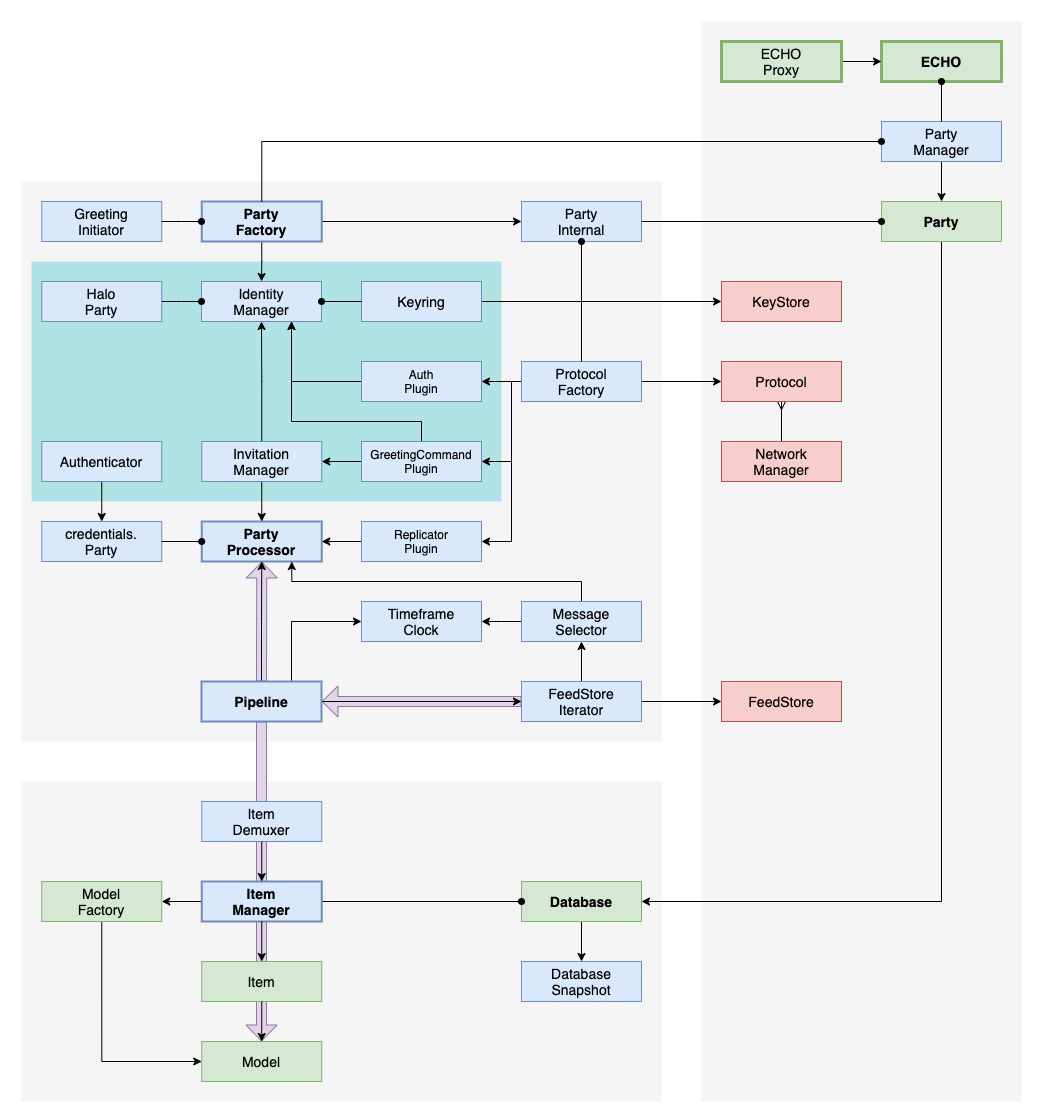
dxos/dxos keeps this draw.io diagram as docs/diagrams/echo-architecture.png. Above is the earlier version. Source tidied: cells renumbered, new cells last; positions are measured from the earlier drawing's top-left corner, leaving out a move shared by most shapes.
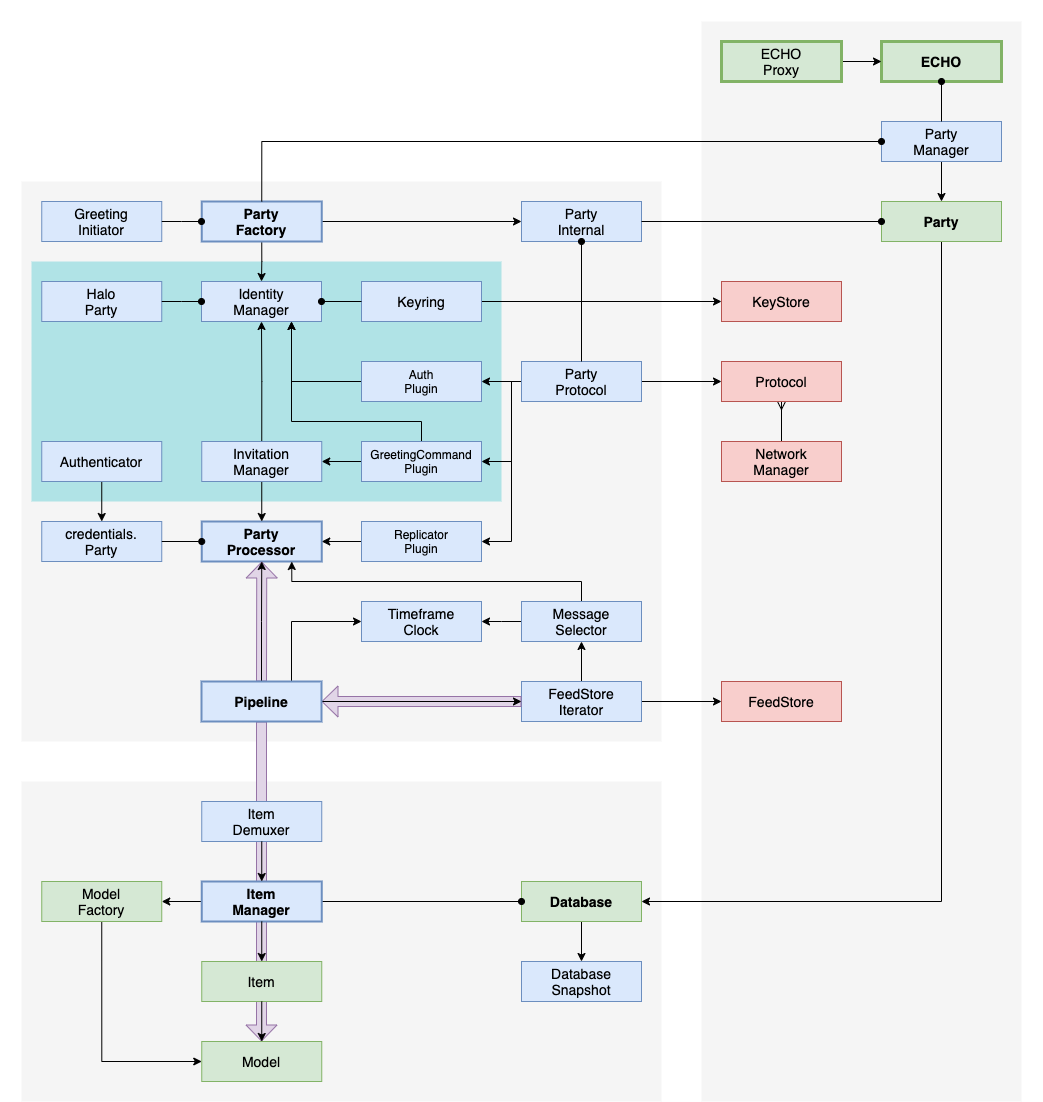
The same diagram one commit later.

Change to the diagram source:
```diff
@@ -63,7 +63,7 @@
     <mxCell id="18" style="edgeStyle=orthogonalEdgeStyle;rounded=0;jettySize=auto;html=1;exitX=1;exitY=0.5;exitDx=0;exitDy=0;fontSize=12;startArrow=none;startFill=0;endArrow=classic;endFill=1;entryX=0;entryY=0.5;entryDx=0;entryDy=0;" parent="1" edge="1" source="19" target="75">
       <mxGeometry relative="1" as="geometry" />
     </mxCell>
-    <mxCell id="19" value="Protocol&lt;br&gt;Factory" style="rounded=0;whiteSpace=wrap;html=1;fontSize=14;fontFamily=Helvetica;fillColor=#dae8fc;strokeColor=#6c8ebf;fontStyle=0;strokeWidth=1;" parent="1" vertex="1">
+    <mxCell id="19" value="Party&lt;br&gt;Protocol" style="rounded=0;whiteSpace=wrap;html=1;fontSize=14;fontFamily=Helvetica;fillColor=#dae8fc;strokeColor=#6c8ebf;fontStyle=0;strokeWidth=1;" parent="1" vertex="1">
       <mxGeometry x="520" y="360" width="120" height="40" as="geometry" />
     </mxCell>
     <mxCell id="20" style="edgeStyle=orthogonalEdgeStyle;rounded=0;jettySize=auto;html=1;exitX=0.5;exitY=1;exitDx=0;exitDy=0;entryX=0.5;entryY=0;entryDx=0;entryDy=0;" parent="1" edge="1" source="22" target="14">
```
